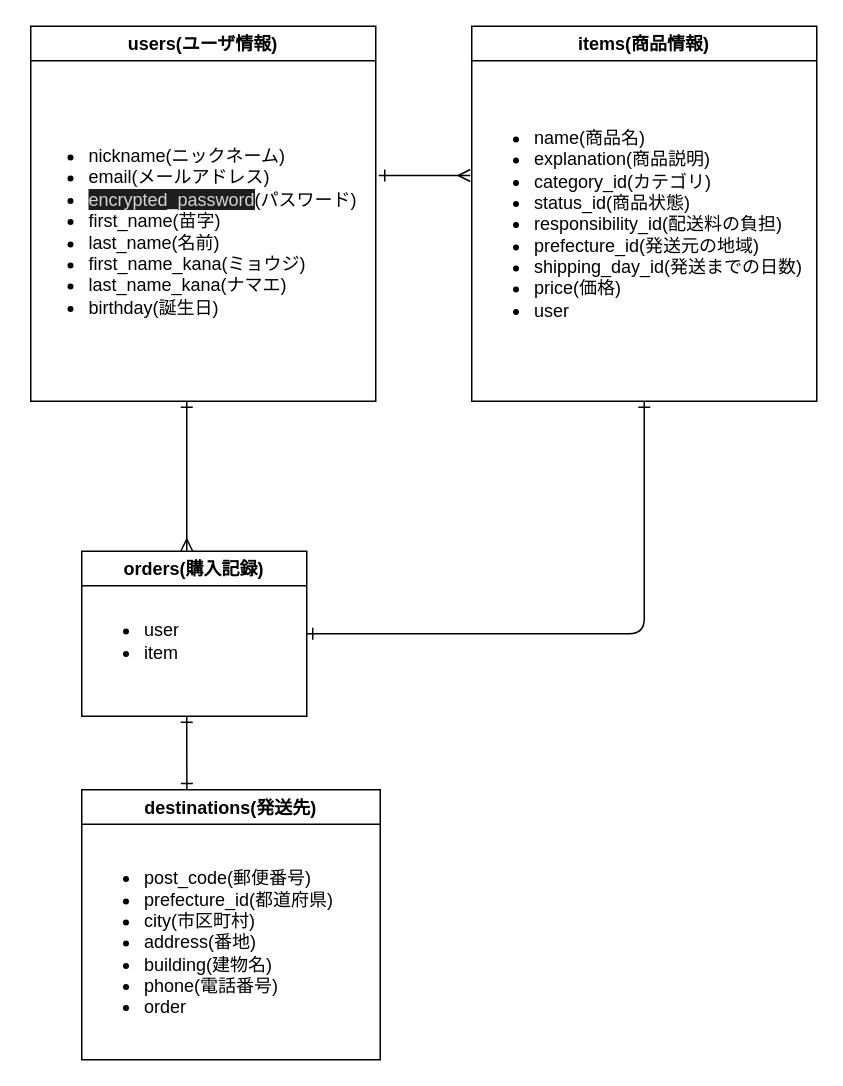
This is test.dio from naoya1215/furima-37272, a draw.io file, before an edit. Source tidied: cells renumbered, new cells numbered last; positions are measured from the earlier drawing's top-left corner, leaving out a move shared by most shapes. Both pictures are drawn from the tidied source at 150%, with x=0, y=0 at pixel (26, 26).
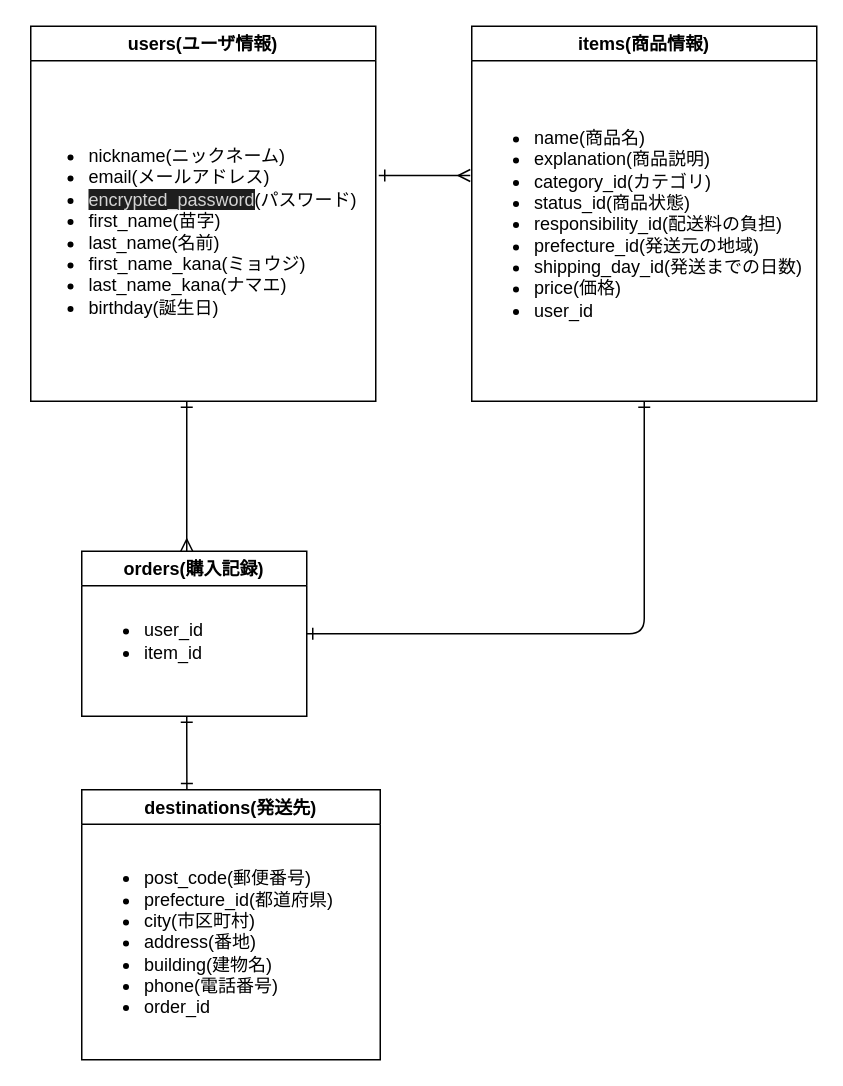
The same diagram, later.

Commit message:
Revert "データベース設計　修正その4"

This reverts commit bc09e0e28c342e4361d0057c4f08bcbfdd7292bd.

The edit, as a diff of the source:
```diff
@@
 <mxGraphModel>
   <root>
     <mxCell id="0" />
     <mxCell id="1" parent="0" />
     <mxCell id="2" value="users(ユーザ情報)" style="swimlane;" parent="1" vertex="1">
       <mxGeometry x="3" width="230" height="250" as="geometry" />
     </mxCell>
     <mxCell id="3" value="&lt;ul&gt;&lt;li&gt;nickname(ニックネーム)&lt;/li&gt;&lt;li&gt;email(メールアドレス)&lt;/li&gt;&lt;li&gt;&lt;span style=&quot;background-color: rgb(30 , 30 , 30) ; color: rgb(212 , 212 , 212)&quot;&gt;encrypted_password&lt;/span&gt;(パスワード)&lt;/li&gt;&lt;li&gt;first_name(苗字)&lt;/li&gt;&lt;li&gt;last_name(名前)&lt;/li&gt;&lt;li&gt;first_name_kana(ミョウジ)&lt;/li&gt;&lt;li&gt;last_name_kana(ナマエ)&lt;/li&gt;&lt;li&gt;birthday(誕生日)&lt;/li&gt;&lt;/ul&gt;" style="text;strokeColor=none;fillColor=none;html=1;whiteSpace=wrap;verticalAlign=middle;overflow=hidden;" parent="2" vertex="1">
       <mxGeometry x="-3" y="23" width="230" height="227" as="geometry" />
     </mxCell>
     <mxCell id="4" value="items(商品情報)" style="swimlane;fillColor=none;" parent="1" vertex="1">
       <mxGeometry x="297" width="230" height="250" as="geometry" />
     </mxCell>
-    <mxCell id="5" value="&lt;ul&gt;&lt;li&gt;name(商品名)&lt;/li&gt;&lt;li&gt;explanation(商品説明)&lt;br&gt;&lt;/li&gt;&lt;li&gt;category_id(カテゴリ)&lt;br&gt;&lt;/li&gt;&lt;li&gt;status_id(商品状態)&lt;/li&gt;&lt;li&gt;responsibility_id(配送料の負担)&lt;/li&gt;&lt;li&gt;prefecture_id(発送元の地域)&lt;/li&gt;&lt;li&gt;shipping_day_id(発送までの日数)&lt;/li&gt;&lt;li&gt;price(価格)&lt;/li&gt;&lt;li&gt;user&lt;/li&gt;&lt;/ul&gt;" style="text;strokeColor=none;fillColor=none;html=1;whiteSpace=wrap;verticalAlign=middle;overflow=hidden;" parent="4" vertex="1">
+    <mxCell id="5" value="&lt;ul&gt;&lt;li&gt;name(商品名)&lt;/li&gt;&lt;li&gt;explanation(商品説明)&lt;br&gt;&lt;/li&gt;&lt;li&gt;category_id(カテゴリ)&lt;br&gt;&lt;/li&gt;&lt;li&gt;status_id(商品状態)&lt;/li&gt;&lt;li&gt;responsibility_id(配送料の負担)&lt;/li&gt;&lt;li&gt;prefecture_id(発送元の地域)&lt;/li&gt;&lt;li&gt;shipping_day_id(発送までの日数)&lt;/li&gt;&lt;li&gt;price(価格)&lt;/li&gt;&lt;li&gt;user_id&lt;/li&gt;&lt;/ul&gt;" style="text;strokeColor=none;fillColor=none;html=1;whiteSpace=wrap;verticalAlign=middle;overflow=hidden;" parent="4" vertex="1">
       <mxGeometry y="23" width="230" height="217" as="geometry" />
     </mxCell>
     <mxCell id="6" value="orders(購入記録)" style="swimlane;fillColor=none;" parent="1" vertex="1">
       <mxGeometry x="37" y="350" width="150" height="110" as="geometry" />
     </mxCell>
-    <mxCell id="7" value="&lt;ul&gt;&lt;li&gt;&lt;span&gt;user&lt;/span&gt;&lt;br&gt;&lt;/li&gt;&lt;li&gt;item&lt;/li&gt;&lt;/ul&gt;" style="text;strokeColor=none;fillColor=none;html=1;whiteSpace=wrap;verticalAlign=middle;overflow=hidden;" parent="6" vertex="1">
+    <mxCell id="7" value="&lt;ul&gt;&lt;li&gt;&lt;span&gt;user_id&lt;/span&gt;&lt;br&gt;&lt;/li&gt;&lt;li&gt;item_id&lt;/li&gt;&lt;/ul&gt;" style="text;strokeColor=none;fillColor=none;html=1;whiteSpace=wrap;verticalAlign=middle;overflow=hidden;" parent="6" vertex="1">
       <mxGeometry y="21.5" width="140" height="77" as="geometry" />
     </mxCell>
     <mxCell id="8" value="destinations(発送先)" style="swimlane;fillColor=none;startSize=23;" parent="1" vertex="1">
       <mxGeometry x="37" y="509" width="199" height="180" as="geometry" />
     </mxCell>
-    <mxCell id="9" value="&lt;ul&gt;&lt;li&gt;post_code(郵便番号)&lt;/li&gt;&lt;li&gt;prefecture_id(都道府県)&lt;br&gt;&lt;/li&gt;&lt;li&gt;city(市区町村)&lt;/li&gt;&lt;li&gt;address(番地)&lt;/li&gt;&lt;li&gt;building(建物名)&lt;/li&gt;&lt;li&gt;phone(電話番号)&lt;/li&gt;&lt;li&gt;order&lt;/li&gt;&lt;/ul&gt;" style="text;strokeColor=none;fillColor=none;html=1;whiteSpace=wrap;verticalAlign=middle;overflow=hidden;" parent="8" vertex="1">
+    <mxCell id="9" value="&lt;ul&gt;&lt;li&gt;post_code(郵便番号)&lt;/li&gt;&lt;li&gt;prefecture_id(都道府県)&lt;br&gt;&lt;/li&gt;&lt;li&gt;city(市区町村)&lt;/li&gt;&lt;li&gt;address(番地)&lt;/li&gt;&lt;li&gt;building(建物名)&lt;/li&gt;&lt;li&gt;phone(電話番号)&lt;/li&gt;&lt;li&gt;order_id&lt;/li&gt;&lt;/ul&gt;" style="text;strokeColor=none;fillColor=none;html=1;whiteSpace=wrap;verticalAlign=middle;overflow=hidden;" parent="8" vertex="1">
       <mxGeometry y="23" width="180" height="157" as="geometry" />
     </mxCell>
     <mxCell id="10" style="edgeStyle=none;html=1;entryX=1.013;entryY=0.357;entryDx=0;entryDy=0;endArrow=ERone;endFill=0;startArrow=ERmany;startFill=0;entryPerimeter=0;" parent="1" edge="1">
       <mxGeometry relative="1" as="geometry">
         <mxPoint x="296" y="99.5" as="sourcePoint" />
         <mxPoint x="235" y="99.5" as="targetPoint" />
       </mxGeometry>
     </mxCell>
     <mxCell id="11" style="edgeStyle=none;html=1;endArrow=ERone;endFill=0;startArrow=ERmany;startFill=0;exitX=0.426;exitY=0;exitDx=0;exitDy=0;exitPerimeter=0;" parent="1" edge="1">
       <mxGeometry relative="1" as="geometry">
         <mxPoint x="107" y="350" as="sourcePoint" />
         <mxPoint x="107" y="250" as="targetPoint" />
       </mxGeometry>
     </mxCell>
     <mxCell id="12" style="edgeStyle=none;html=1;endArrow=ERone;endFill=0;startArrow=ERone;startFill=0;exitX=1;exitY=0.5;exitDx=0;exitDy=0;entryX=0.5;entryY=1;entryDx=0;entryDy=0;" parent="1" edge="1" source="6" target="4">
       <mxGeometry relative="1" as="geometry">
         <Array as="points">
           <mxPoint x="412" y="405" />
         </Array>
       </mxGeometry>
     </mxCell>
     <mxCell id="13" style="edgeStyle=none;html=1;endArrow=ERone;endFill=0;startArrow=ERone;startFill=0;entryX=0.342;entryY=-0.006;entryDx=0;entryDy=0;entryPerimeter=0;" parent="1" edge="1">
       <mxGeometry relative="1" as="geometry">
         <mxPoint x="107" y="460" as="sourcePoint" />
         <mxPoint x="107.1" y="508.9" as="targetPoint" />
         <Array as="points">
           <mxPoint x="107" y="480" />
         </Array>
       </mxGeometry>
     </mxCell>
   </root>
 </mxGraphModel>
```
